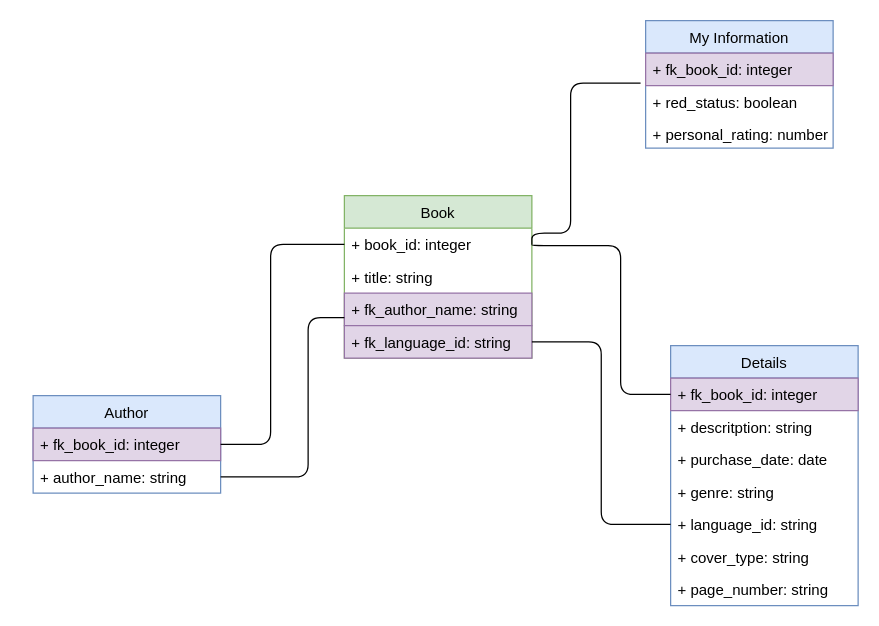
Before: page "Step3- UML" (3 of 4) of Viktoria/home_library.drawio in VikaLee1/Database_Day1, a draw.io diagram. Source tidied: cells renumbered, new cells numbered last; positions are measured from the earlier drawing's top-left corner, leaving out a move shared by most shapes. Both pictures are drawn from the tidied source at 125%, with x=0, y=0 at pixel (32, 20).
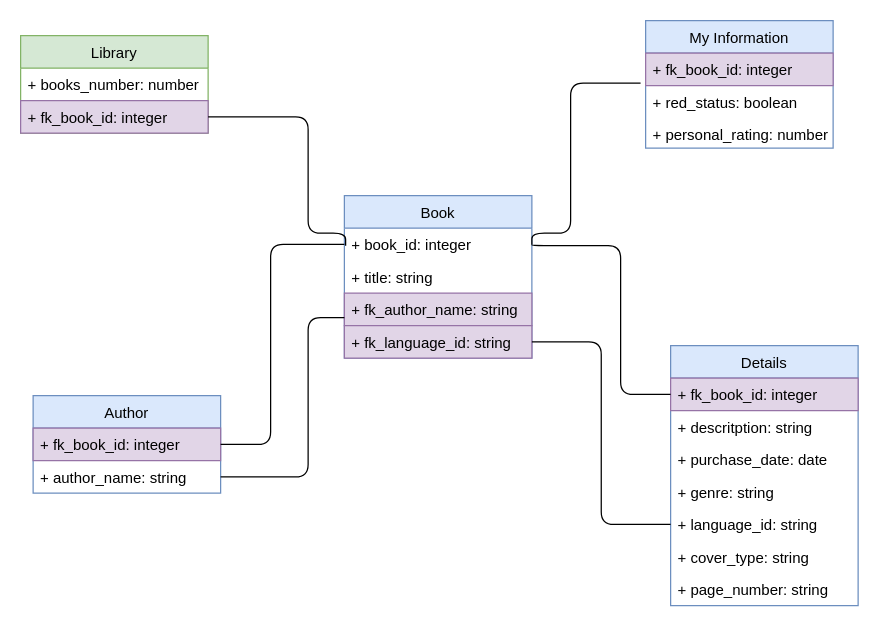
The same diagram, later.

Commit message (it also covers changes not shown here):
library and auction

What changed in the source:
```diff
@@
-    <mxCell id="2" value="Book" style="swimlane;fontStyle=0;horizontal=1;startSize=26;fillColor=#d5e8d4;strokeColor=#82b366;" parent="1" vertex="1">
+    <mxCell id="2" value="Book" style="swimlane;fontStyle=0;horizontal=1;startSize=26;fillColor=#dae8fc;strokeColor=#6c8ebf;" parent="1" vertex="1">
       <mxGeometry x="249" y="140" width="150" height="130" as="geometry" />
     </mxCell>
@@
+    <mxCell id="27" value="Library" style="swimlane;fontStyle=0;horizontal=1;startSize=26;fillColor=#d5e8d4;strokeColor=#82b366;" parent="1" vertex="1">
+      <mxGeometry x="-10" y="12" width="150" height="78" as="geometry" />
+    </mxCell>
+    <mxCell id="28" value="+ books_number: number" style="text;align=left;verticalAlign=top;spacingLeft=4;spacingRight=4;overflow=hidden;" parent="27" vertex="1">
+      <mxGeometry y="26" width="150" height="26" as="geometry" />
+    </mxCell>
+    <mxCell id="29" value="+ fk_book_id: integer" style="text;align=left;verticalAlign=top;spacingLeft=4;spacingRight=4;overflow=hidden;points=[[0,0.5],[1,0.5]];portConstraint=eastwest;fillColor=#e1d5e7;strokeColor=#9673a6;" parent="27" vertex="1">
+      <mxGeometry y="52" width="150" height="26" as="geometry" />
+    </mxCell>
+    <mxCell id="30" style="edgeStyle=orthogonalEdgeStyle;rounded=1;html=1;startArrow=none;startFill=0;endArrow=none;endFill=0;strokeColor=default;" parent="1" edge="1" source="29">
+      <mxGeometry relative="1" as="geometry">
+        <mxPoint x="250" y="180" as="targetPoint" />
+        <Array as="points">
+          <mxPoint x="220" y="77" />
+          <mxPoint x="220" y="170" />
+          <mxPoint x="250" y="170" />
+        </Array>
+      </mxGeometry>
+    </mxCell>
```
